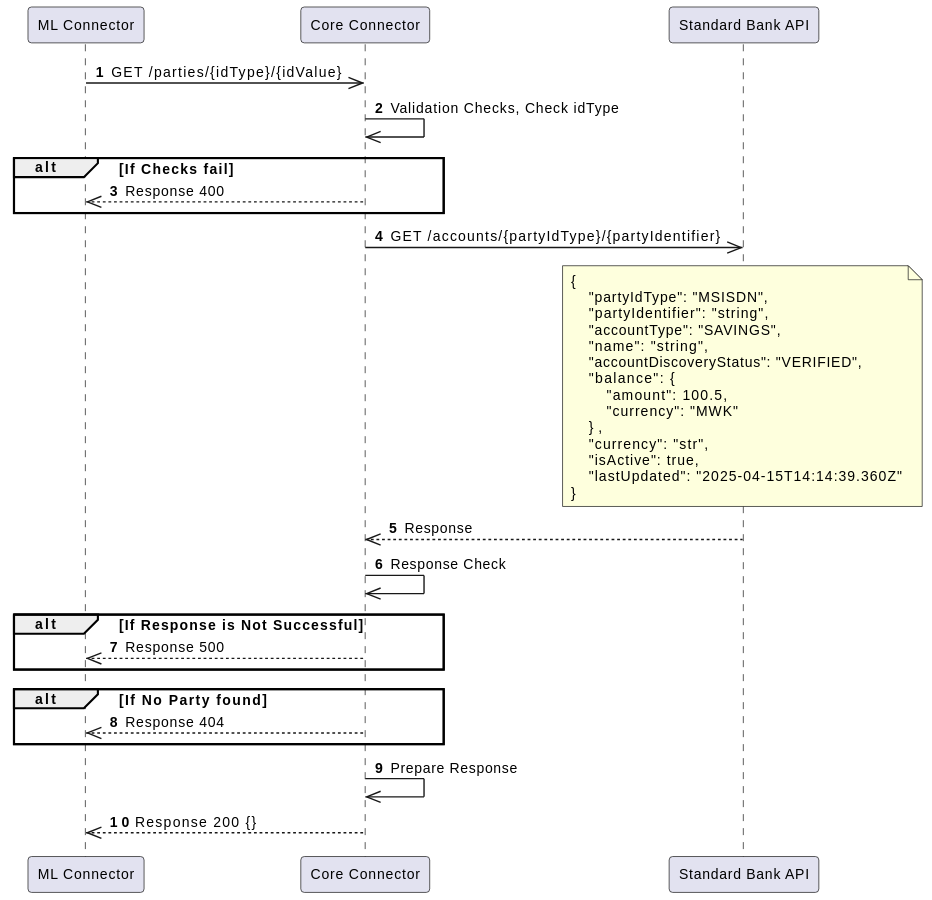
Before: standard-bank-mw-core-connector/docs/payee/images/payee-get-parties.svg, a diagram exported from PlantUML (mojaloop/ml-reference-connectors).
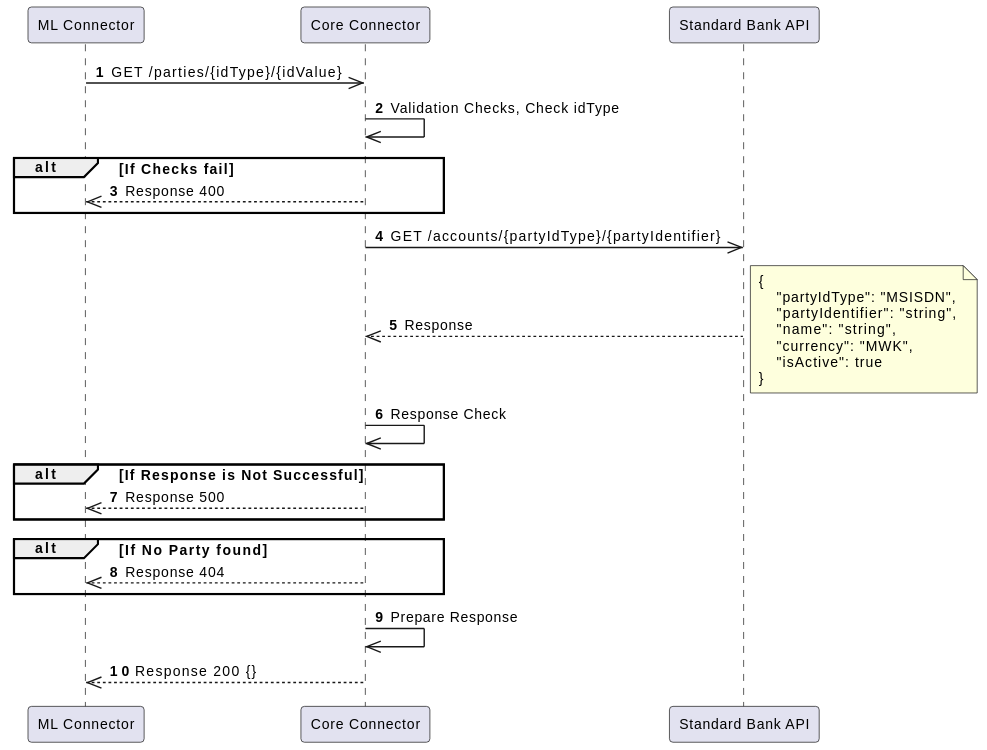
After the change.

Change to the diagram source:
```diff
@@ -16,23 +16,16 @@
 
 CC ->> SBAPI: GET /accounts/{partyIdType}/{partyIdentifier}
 
-note over SBAPI
+SBAPI -->> CC: Response
+note right
 {
     "partyIdType": "MSISDN",
     "partyIdentifier": "string",
-    "accountType": "SAVINGS",
     "name": "string",
-    "accountDiscoveryStatus": "VERIFIED",
-    "balance": {
-        "amount": 100.5,
-        "currency": "MWK"
-    },
-    "currency": "str",
-    "isActive": true,
-    "lastUpdated": "2025-04-15T14:14:39.360Z"
+    "currency": "MWK",
+    "isActive": true
 }
 end note
-SBAPI -->> CC: Response
 
 CC ->> CC: Response Check
 
```
